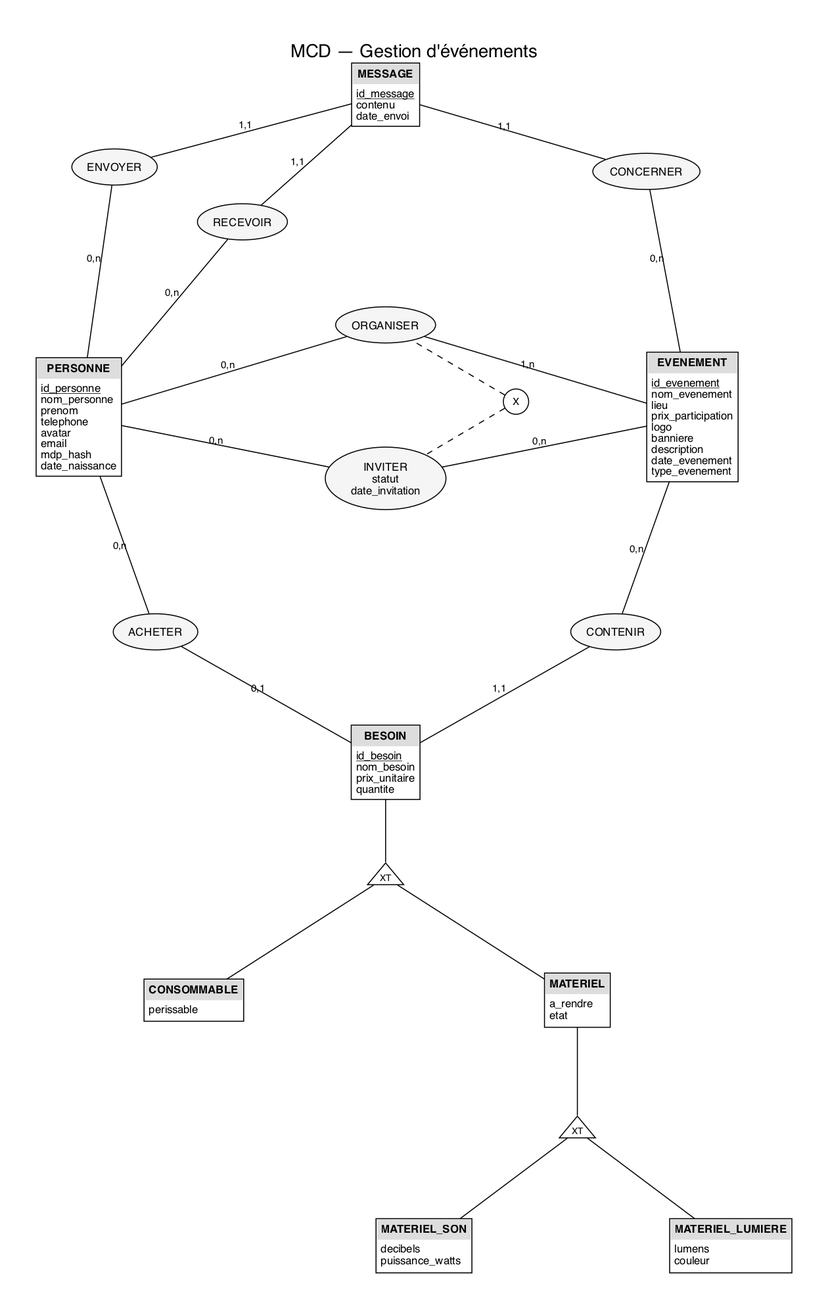
Above: bdd/mcd.png in Tactiis239/gestion-event (Graphviz), before the change. Its source is kept beside it as bdd/mcd.dot.
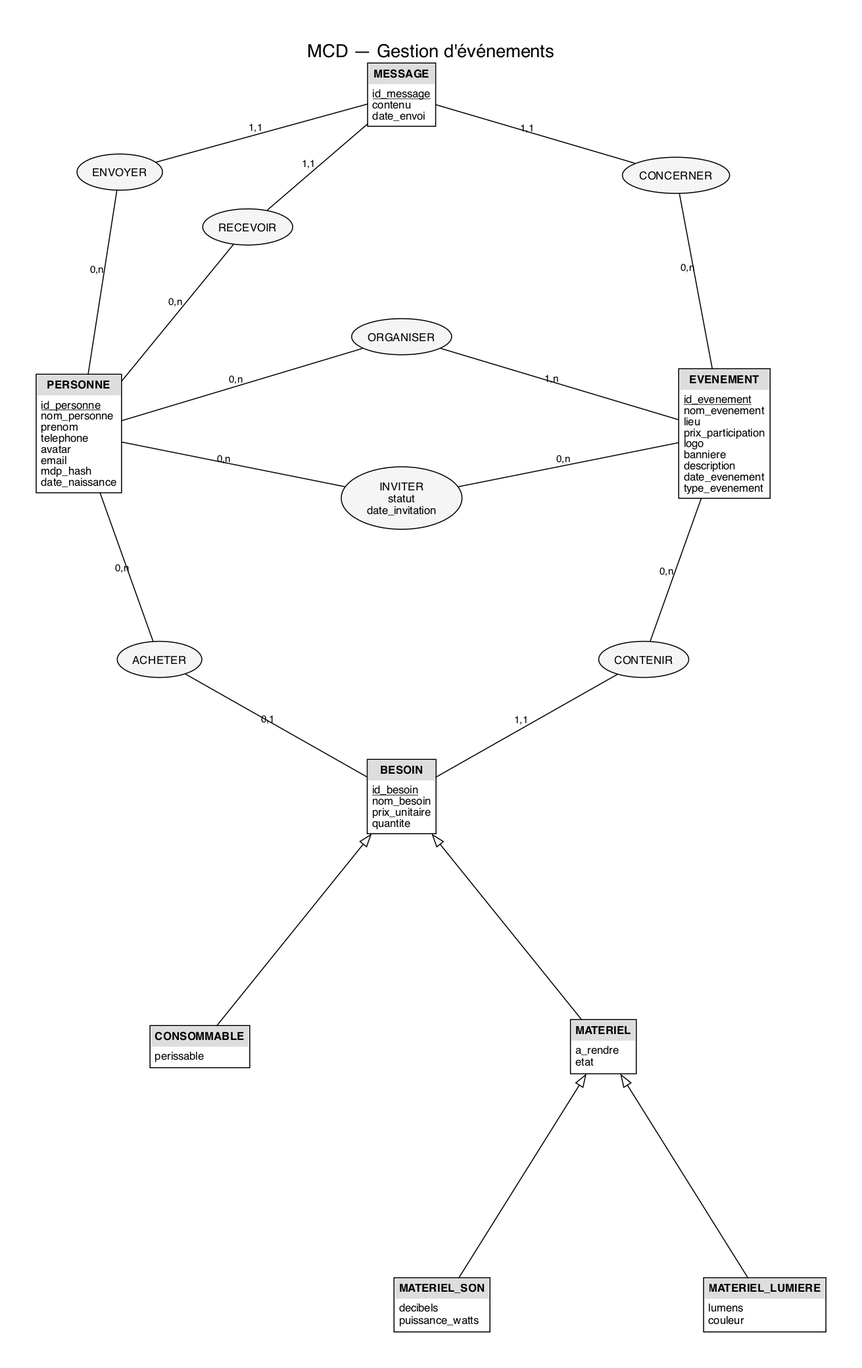
Above is the later version.

What changed in the source:
```diff
@@ -42,8 +42,6 @@
         <tr><td align="left">lumens<br align="left"/>couleur<br align="left"/></td></tr>
       </table>>];
 
-    SPEC_BESOIN   [pos="4,-2!",     label="XT", shape=triangle, width=0.5, height=0.4, fontsize=9, fixedsize=true];
-    SPEC_MATERIEL [pos="6.5,-5.3!", label="XT", shape=triangle, width=0.5, height=0.4, fontsize=9, fixedsize=true];
     MESSAGE [pos="4,8.2!", label=<
       <table border="1" cellborder="0" cellspacing="0" cellpadding="4">
         <tr><td bgcolor="#dddddd"><b>MESSAGE</b></td></tr>
@@ -58,8 +56,6 @@
     ENVOYER   [pos="0.6,7.2!", label="ENVOYER"];
     RECEVOIR  [pos="2,6.6!",  label="RECEVOIR"];
     CONCERNER [pos="7.4,7.2!", label="CONCERNER"];
-
-    EXCLUSION [pos="5.7,4.2!", label="X", shape=circle, style=solid, width=0.35, fixedsize=true, fontsize=10];
 
     PERSONNE  -- ORGANISER [label="0,n"];
     ORGANISER -- EVENEMENT [label="1,n"];
@@ -80,13 +76,9 @@
     EVENEMENT -- CONCERNER [label="0,n"];
     CONCERNER -- MESSAGE   [label="1,1"];
 
-    EXCLUSION -- ORGANISER [style=dashed];
-    EXCLUSION -- INVITER   [style=dashed];
-
-    BESOIN        -- SPEC_BESOIN;
-    SPEC_BESOIN   -- CONSOMMABLE;
-    SPEC_BESOIN   -- MATERIEL;
-    MATERIEL      -- SPEC_MATERIEL;
-    SPEC_MATERIEL -- MATERIEL_SON;
-    SPEC_MATERIEL -- MATERIEL_LUMIERE;
+    edge [dir=forward, arrowhead=empty, arrowsize=1.2];
+    CONSOMMABLE      -- BESOIN;
+    MATERIEL         -- BESOIN;
+    MATERIEL_SON     -- MATERIEL;
+    MATERIEL_LUMIERE -- MATERIEL;
 }
```
